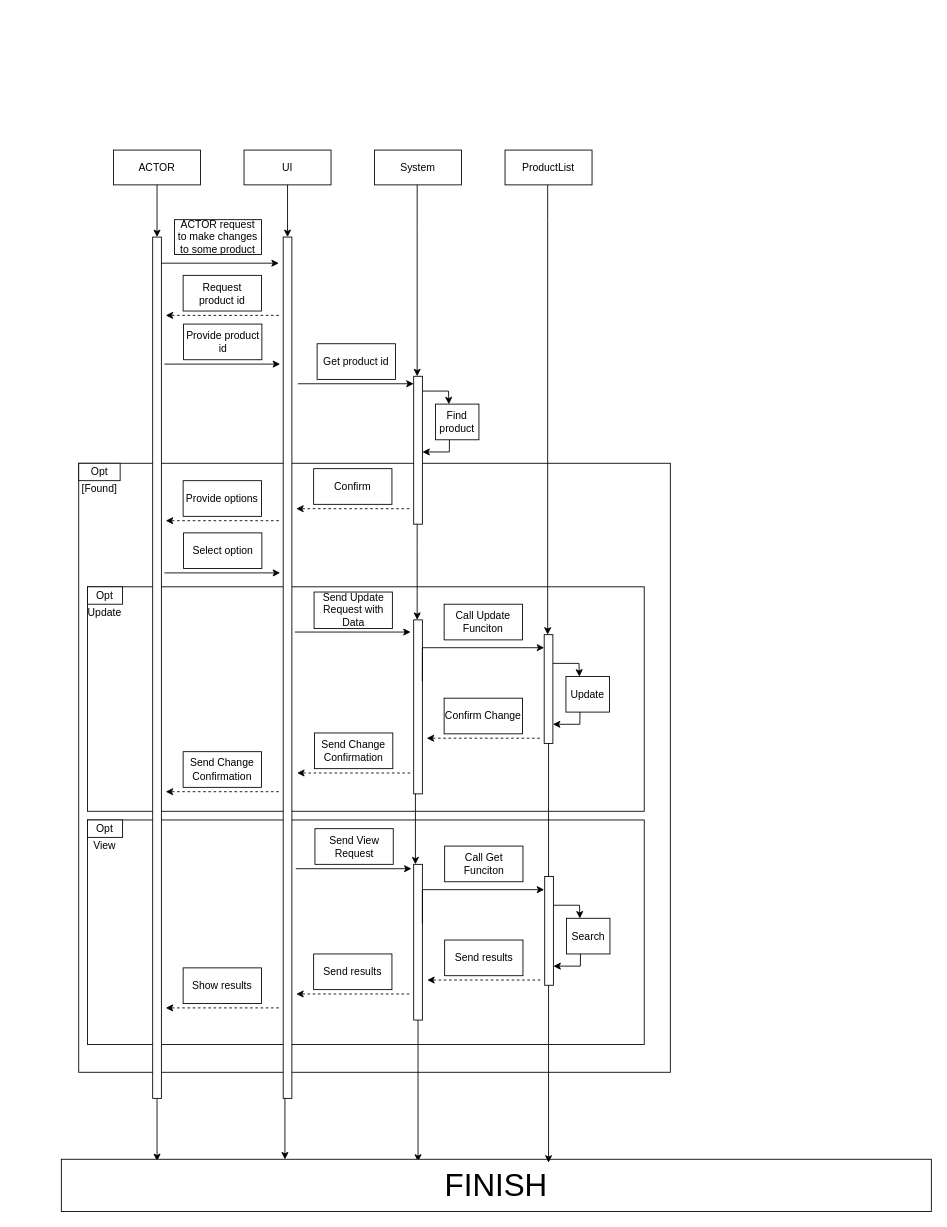
The draw.io diagram Project_1/SequenceDiagrams/Tracking Product.drawio in chrismd2/CSci-430-Group-11, before the edit. Source tidied: cells renumbered, new cells numbered last; positions are measured from the earlier drawing's top-left corner, leaving out a move shared by most shapes. Both pictures are drawn from the tidied source at 87%, with x=0, y=0 at pixel (61, 150).
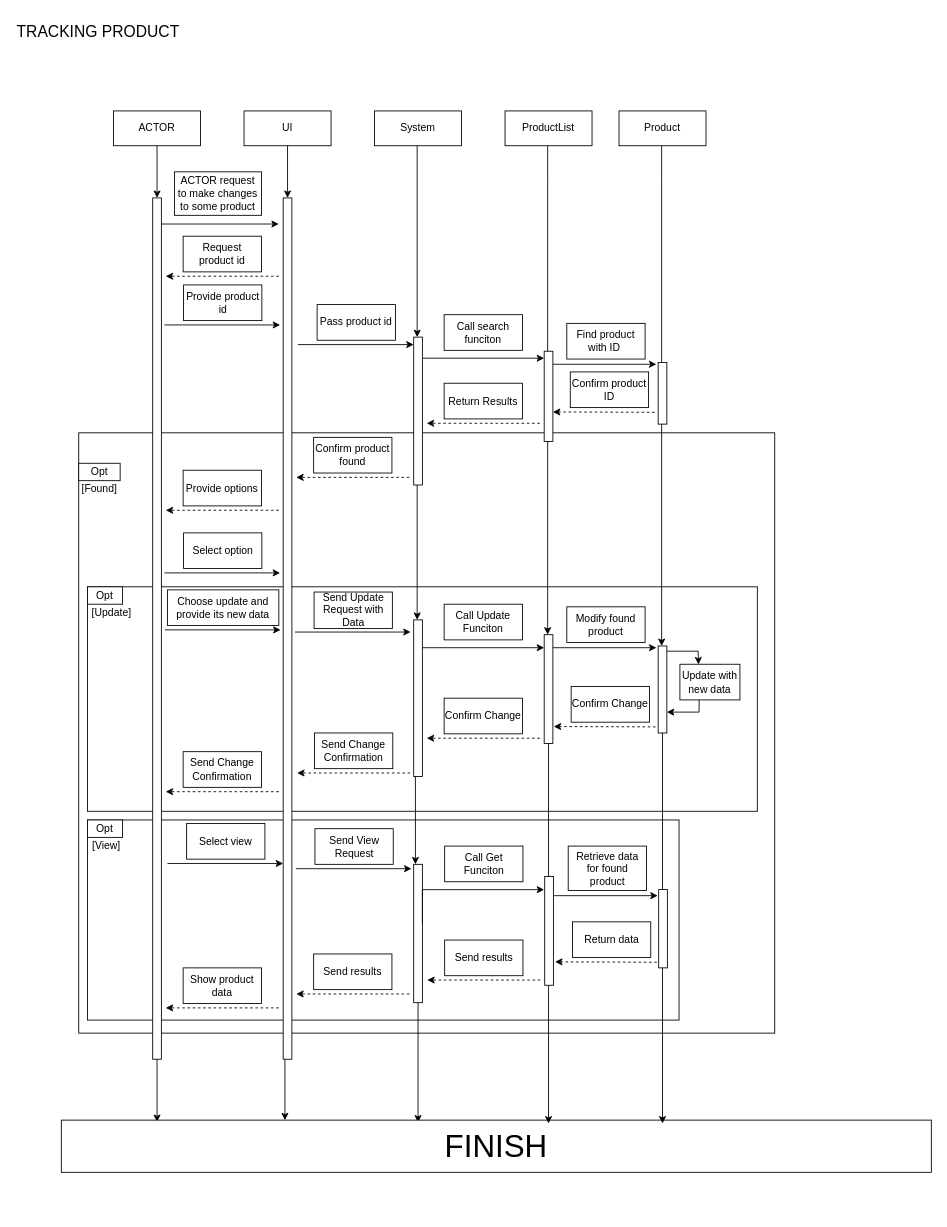
The same page after the edit.

Unchanged cells that the change refers to:
```xml
<mxCell id="49" style="rounded=0;whiteSpace=wrap;html=1;" parent="1" vertex="1">
  <mxGeometry x="555" y="557" width="10" height="125" as="geometry" />
</mxCell>
```

What changed in the source:
```diff
@@
     <mxCell id="2" style="rounded=0;whiteSpace=wrap;html=1;strokeColor=#000000;fillColor=#ffffff;" parent="1" vertex="1">
-      <mxGeometry x="20" y="360" width="680" height="700" as="geometry" />
+      <mxGeometry x="20" y="325" width="800" height="690" as="geometry" />
     </mxCell>
     <mxCell id="3" style="rounded=0;whiteSpace=wrap;html=1;strokeColor=#000000;fillColor=#ffffff;" parent="1" vertex="1">
-      <mxGeometry x="30" y="770" width="640" height="258" as="geometry" />
+      <mxGeometry x="30" y="770" width="680" height="230" as="geometry" />
     </mxCell>
     <mxCell id="4" style="rounded=0;whiteSpace=wrap;html=1;strokeColor=#000000;fillColor=#ffffff;" parent="1" vertex="1">
-      <mxGeometry x="30" y="502" width="640" height="258" as="geometry" />
+      <mxGeometry x="30" y="502" width="770" height="258" as="geometry" />
     </mxCell>
@@
     <mxCell id="7" style="endArrow=classic;html=1;dashed=1;" parent="1" edge="1">
       <mxGeometry relative="1" as="geometry">
-        <mxPoint x="400" y="412.2" as="sourcePoint" />
-        <mxPoint x="270" y="412.2" as="targetPoint" />
+        <mxPoint x="400" y="376.2" as="sourcePoint" />
+        <mxPoint x="270" y="376.2" as="targetPoint" />
       </mxGeometry>
     </mxCell>
-    <mxCell id="8" value="Confirm" style="rounded=0;whiteSpace=wrap;html=1;strokeColor=#000000;" parent="1" vertex="1">
-      <mxGeometry x="290" y="366.2" width="90" height="41" as="geometry" />
+    <mxCell id="8" value="Confirm product found" style="rounded=0;whiteSpace=wrap;html=1;strokeColor=#000000;" parent="1" vertex="1">
+      <mxGeometry x="290" y="330.2" width="90" height="41" as="geometry" />
     </mxCell>
     <mxCell id="9" style="endArrow=classic;html=1;dashed=1;" parent="1" edge="1">
       <mxGeometry relative="1" as="geometry">
-        <mxPoint x="250" y="426" as="sourcePoint" />
-        <mxPoint x="120" y="426" as="targetPoint" />
+        <mxPoint x="250" y="414" as="sourcePoint" />
+        <mxPoint x="120" y="414" as="targetPoint" />
       </mxGeometry>
     </mxCell>
     <mxCell id="10" value="Provide options" style="rounded=0;whiteSpace=wrap;html=1;strokeColor=#000000;" parent="1" vertex="1">
-      <mxGeometry x="140" y="380" width="90" height="41" as="geometry" />
+      <mxGeometry x="140" y="368" width="90" height="41" as="geometry" />
     </mxCell>
@@
     <mxCell id="14" value="&lt;div&gt;ACTOR&lt;/div&gt;" style="rounded=0;whiteSpace=wrap;html=1;" parent="1" vertex="1">
-      <mxGeometry x="60" width="100" height="40" as="geometry" />
+      <mxGeometry x="60" y="-45" width="100" height="40" as="geometry" />
     </mxCell>
     <mxCell id="15" style="edgeStyle=orthogonalEdgeStyle;rounded=0;jettySize=auto;html=1;exitX=0.5;exitY=1;exitDx=0;exitDy=0;entryX=0.257;entryY=0.003;entryDx=0;entryDy=0;entryPerimeter=0;" parent="1" edge="1" source="26" target="37">
       <mxGeometry relative="1" as="geometry">
         <Array as="points">
-          <mxPoint x="257" y="620" />
+          <mxPoint x="257" y="575" />
         </Array>
       </mxGeometry>
     </mxCell>
     <mxCell id="16" value="UI" style="rounded=0;whiteSpace=wrap;html=1;" parent="1" vertex="1">
-      <mxGeometry x="210" width="100" height="40" as="geometry" />
+      <mxGeometry x="210" y="-45" width="100" height="40" as="geometry" />
     </mxCell>
@@
     <mxCell id="18" value="&lt;div&gt;System&lt;/div&gt;" style="rounded=0;whiteSpace=wrap;html=1;" parent="1" vertex="1">
-      <mxGeometry x="360" width="100" height="40" as="geometry" />
+      <mxGeometry x="360" y="-45" width="100" height="40" as="geometry" />
     </mxCell>
@@
-    <mxCell id="21" style="edgeStyle=none;rounded=0;jettySize=auto;html=1;entryX=0.309;entryY=0.005;entryDx=0;entryDy=0;entryPerimeter=0;" parent="1" edge="1" target="36">
-      <mxGeometry relative="1" as="geometry">
-        <mxPoint x="415" y="277" as="sourcePoint" />
-        <Array as="points">
-          <mxPoint x="445" y="277" />
-        </Array>
-      </mxGeometry>
-    </mxCell>
     <mxCell id="22" style="rounded=0;whiteSpace=wrap;html=1;" parent="1" vertex="1">
-      <mxGeometry x="405" y="260" width="10" height="170" as="geometry" />
+      <mxGeometry x="405" y="215" width="10" height="170" as="geometry" />
     </mxCell>
     <mxCell id="23" style="edgeStyle=orthogonalEdgeStyle;rounded=0;jettySize=auto;html=1;" parent="1" edge="1" source="18" target="22">
       <mxGeometry relative="1" as="geometry">
         <Array as="points">
-          <mxPoint x="409" y="90" />
-          <mxPoint x="409" y="90" />
+          <mxPoint x="409" y="45" />
+          <mxPoint x="409" y="45" />
         </Array>
       </mxGeometry>
     </mxCell>
@@
     <mxCell id="25" style="rounded=0;whiteSpace=wrap;html=1;" parent="1" vertex="1">
-      <mxGeometry x="105" y="100" width="10" height="990" as="geometry" />
+      <mxGeometry x="105" y="55" width="10" height="990" as="geometry" />
     </mxCell>
     <mxCell id="26" style="rounded=0;whiteSpace=wrap;html=1;" parent="1" vertex="1">
-      <mxGeometry x="255" y="100" width="10" height="990" as="geometry" />
+      <mxGeometry x="255" y="55" width="10" height="990" as="geometry" />
     </mxCell>
     <mxCell id="27" style="endArrow=classic;html=1;" parent="1" edge="1">
       <mxGeometry relative="1" as="geometry">
-        <mxPoint x="115" y="130" as="sourcePoint" />
-        <mxPoint x="250" y="130" as="targetPoint" />
+        <mxPoint x="115" y="85" as="sourcePoint" />
+        <mxPoint x="250" y="85" as="targetPoint" />
       </mxGeometry>
     </mxCell>
     <mxCell id="28" value="Provide product id" style="rounded=0;whiteSpace=wrap;html=1;strokeColor=#000000;" parent="1" vertex="1">
-      <mxGeometry x="140.5" y="200" width="90" height="41" as="geometry" />
+      <mxGeometry x="140.5" y="155" width="90" height="41" as="geometry" />
     </mxCell>
     <mxCell id="29" style="endArrow=classic;html=1;" parent="1" edge="1">
       <mxGeometry relative="1" as="geometry">
-        <mxPoint x="118.5" y="246" as="sourcePoint" />
-        <mxPoint x="251.5" y="246" as="targetPoint" />
+        <mxPoint x="118.5" y="201" as="sourcePoint" />
+        <mxPoint x="251.5" y="201" as="targetPoint" />
       </mxGeometry>
     </mxCell>
     <mxCell id="30" value="ACTOR request to make changes to some product" style="rounded=0;whiteSpace=wrap;html=1;strokeColor=#000000;" parent="1" vertex="1">
-      <mxGeometry x="130" y="80" width="100" height="40" as="geometry" />
+      <mxGeometry x="130" y="25" width="100" height="50" as="geometry" />
     </mxCell>
     <mxCell id="31" value="&lt;div&gt;ProductList&lt;/div&gt;" style="rounded=0;whiteSpace=wrap;html=1;" parent="1" vertex="1">
-      <mxGeometry x="510" width="100" height="40" as="geometry" />
+      <mxGeometry x="510" y="-45" width="100" height="40" as="geometry" />
     </mxCell>
     <mxCell id="32" style="edgeStyle=orthogonalEdgeStyle;rounded=0;jettySize=auto;html=1;" parent="1" edge="1" source="31" target="49">
       <mxGeometry relative="1" as="geometry">
         <Array as="points">
-          <mxPoint x="559" y="80" />
-          <mxPoint x="559" y="80" />
+          <mxPoint x="559" y="35" />
+          <mxPoint x="559" y="35" />
         </Array>
       </mxGeometry>
     </mxCell>
     <mxCell id="33" style="endArrow=classic;html=1;dashed=1;" parent="1" edge="1">
       <mxGeometry relative="1" as="geometry">
-        <mxPoint x="250" y="190" as="sourcePoint" />
-        <mxPoint x="120" y="190" as="targetPoint" />
+        <mxPoint x="250" y="145" as="sourcePoint" />
+        <mxPoint x="120" y="145" as="targetPoint" />
       </mxGeometry>
     </mxCell>
     <mxCell id="34" value="Request product id" style="rounded=0;whiteSpace=wrap;html=1;strokeColor=#000000;" parent="1" vertex="1">
-      <mxGeometry x="140" y="144" width="90" height="41" as="geometry" />
+      <mxGeometry x="140" y="99" width="90" height="41" as="geometry" />
     </mxCell>
-    <mxCell id="35" style="edgeStyle=none;rounded=0;jettySize=auto;html=1;exitX=0.322;exitY=0.965;exitDx=0;exitDy=0;exitPerimeter=0;" parent="1" edge="1" source="36">
-      <mxGeometry relative="1" as="geometry">
-        <mxPoint x="415" y="347" as="targetPoint" />
-        <Array as="points">
-          <mxPoint x="446" y="347" />
-        </Array>
-      </mxGeometry>
-    </mxCell>
-    <mxCell id="36" value="Find product" style="rounded=0;whiteSpace=wrap;html=1;strokeColor=#000000;" parent="1" vertex="1">
-      <mxGeometry x="430" y="292" width="50" height="41" as="geometry" />
-    </mxCell>
     <mxCell id="37" value="&lt;font style=&quot;font-size: 36px&quot;&gt;FINISH&lt;/font&gt;" style="rounded=0;whiteSpace=wrap;html=1;fillColor=#ffffff;strokeColor=#000000;" parent="1" vertex="1">
-      <mxGeometry y="1160" width="1000" height="60" as="geometry" />
+      <mxGeometry y="1115" width="1000" height="60" as="geometry" />
     </mxCell>
-    <mxCell id="38" value="Get product id" style="rounded=0;whiteSpace=wrap;html=1;strokeColor=#000000;" parent="1" vertex="1">
-      <mxGeometry x="294" y="222.6" width="90" height="41" as="geometry" />
+    <mxCell id="38" value="Pass product id" style="rounded=0;whiteSpace=wrap;html=1;strokeColor=#000000;" parent="1" vertex="1">
+      <mxGeometry x="294" y="177.6" width="90" height="41" as="geometry" />
     </mxCell>
     <mxCell id="39" style="endArrow=classic;html=1;" parent="1" edge="1">
       <mxGeometry relative="1" as="geometry">
-        <mxPoint x="272" y="268.6" as="sourcePoint" />
-        <mxPoint x="405" y="268.6" as="targetPoint" />
+        <mxPoint x="272" y="223.6" as="sourcePoint" />
+        <mxPoint x="405" y="223.6" as="targetPoint" />
       </mxGeometry>
     </mxCell>
     <mxCell id="40" style="rounded=0;whiteSpace=wrap;html=1;" parent="1" vertex="1">
-      <mxGeometry x="405" y="540" width="10" height="200" as="geometry" />
+      <mxGeometry x="405" y="540" width="10" height="180" as="geometry" />
     </mxCell>
-    <mxCell id="41" style="edgeStyle=orthogonalEdgeStyle;rounded=0;jettySize=auto;html=1;" parent="1" edge="1" source="22">
+    <mxCell id="41" style="edgeStyle=orthogonalEdgeStyle;rounded=0;orthogonalLoop=1;jettySize=auto;html=1;" parent="1" edge="1">
       <mxGeometry relative="1" as="geometry">
+        <mxPoint x="409" y="385" as="sourcePoint" />
         <mxPoint x="409" y="540" as="targetPoint" />
         <Array as="points">
-          <mxPoint x="409" y="460" />
           <mxPoint x="409" y="460" />
         </Array>
       </mxGeometry>
     </mxCell>
@@
-    <mxCell id="44" style="edgeStyle=orthogonalEdgeStyle;rounded=0;jettySize=auto;html=1;exitX=0.995;exitY=0.352;exitDx=0;exitDy=0;exitPerimeter=0;" parent="1" edge="1" source="40">
+    <mxCell id="44" style="edgeStyle=orthogonalEdgeStyle;rounded=0;orthogonalLoop=1;jettySize=auto;html=1;" parent="1" edge="1">
       <mxGeometry relative="1" as="geometry">
+        <mxPoint x="415" y="572" as="sourcePoint" />
         <mxPoint x="555" y="572" as="targetPoint" />
         <Array as="points">
           <mxPoint x="415" y="572" />
         </Array>
       </mxGeometry>
     </mxCell>
@@
-    <mxCell id="48" value="Update" style="text;html=1;strokeColor=none;fillColor=none;align=center;verticalAlign=middle;whiteSpace=wrap;rounded=0;" parent="1" vertex="1">
-      <mxGeometry x="34" y="522" width="32.3" height="20" as="geometry" />
+    <mxCell id="48" value="[Update]" style="text;html=1;strokeColor=none;fillColor=none;align=center;verticalAlign=middle;whiteSpace=wrap;rounded=0;" parent="1" vertex="1">
+      <mxGeometry x="30" y="522" width="56" height="20" as="geometry" />
     </mxCell>
@@
-    <mxCell id="51" style="edgeStyle=none;rounded=0;jettySize=auto;html=1;exitX=0.322;exitY=0.965;exitDx=0;exitDy=0;exitPerimeter=0;" parent="1" edge="1" source="53">
-      <mxGeometry relative="1" as="geometry">
-        <mxPoint x="565" y="660" as="targetPoint" />
-        <Array as="points">
-          <mxPoint x="596" y="660" />
-        </Array>
-      </mxGeometry>
-    </mxCell>
-    <mxCell id="52" style="edgeStyle=none;rounded=0;jettySize=auto;html=1;entryX=0.309;entryY=0.005;entryDx=0;entryDy=0;entryPerimeter=0;" parent="1" edge="1" target="53">
-      <mxGeometry relative="1" as="geometry">
-        <mxPoint x="565" y="590" as="sourcePoint" />
-        <Array as="points">
-          <mxPoint x="595" y="590" />
-        </Array>
-      </mxGeometry>
-    </mxCell>
-    <mxCell id="53" value="Update" style="rounded=0;whiteSpace=wrap;html=1;strokeColor=#000000;" parent="1" vertex="1">
-      <mxGeometry x="580" y="605" width="50" height="41" as="geometry" />
-    </mxCell>
@@
     <mxCell id="60" style="rounded=0;whiteSpace=wrap;html=1;" parent="1" vertex="1">
-      <mxGeometry x="405" y="821" width="10" height="179" as="geometry" />
+      <mxGeometry x="405" y="821" width="10" height="159" as="geometry" />
     </mxCell>
@@
-    <mxCell id="64" value="View" style="text;html=1;strokeColor=none;fillColor=none;align=center;verticalAlign=middle;whiteSpace=wrap;rounded=0;" parent="1" vertex="1">
-      <mxGeometry x="34" y="790" width="32.3" height="20" as="geometry" />
+    <mxCell id="64" value="[View]" style="text;html=1;strokeColor=none;fillColor=none;align=center;verticalAlign=middle;whiteSpace=wrap;rounded=0;" parent="1" vertex="1">
+      <mxGeometry x="34" y="790" width="36" height="20" as="geometry" />
     </mxCell>
@@
-    <mxCell id="67" style="edgeStyle=none;rounded=0;jettySize=auto;html=1;exitX=0.322;exitY=0.965;exitDx=0;exitDy=0;exitPerimeter=0;" parent="1" edge="1" source="69">
-      <mxGeometry relative="1" as="geometry">
-        <mxPoint x="565.6" y="938" as="targetPoint" />
-        <Array as="points">
-          <mxPoint x="596.6" y="938" />
-        </Array>
-      </mxGeometry>
-    </mxCell>
-    <mxCell id="68" style="edgeStyle=none;rounded=0;jettySize=auto;html=1;entryX=0.309;entryY=0.005;entryDx=0;entryDy=0;entryPerimeter=0;" parent="1" edge="1" target="69">
-      <mxGeometry relative="1" as="geometry">
-        <mxPoint x="565.6" y="868" as="sourcePoint" />
-        <Array as="points">
-          <mxPoint x="595.6" y="868" />
-        </Array>
-      </mxGeometry>
-    </mxCell>
-    <mxCell id="69" value="Search" style="rounded=0;whiteSpace=wrap;html=1;strokeColor=#000000;" parent="1" vertex="1">
-      <mxGeometry x="580.6" y="883" width="50" height="41" as="geometry" />
-    </mxCell>
@@
-    <mxCell id="76" value="Show results" style="rounded=0;whiteSpace=wrap;html=1;strokeColor=#000000;" parent="1" vertex="1">
+    <mxCell id="76" value="Show product data" style="rounded=0;whiteSpace=wrap;html=1;strokeColor=#000000;" parent="1" vertex="1">
       <mxGeometry x="140" y="940" width="90" height="41" as="geometry" />
     </mxCell>
+    <mxCell id="77" value="Select view" style="rounded=0;whiteSpace=wrap;html=1;strokeColor=#000000;" parent="1" vertex="1">
+      <mxGeometry x="144" y="774" width="90" height="41" as="geometry" />
+    </mxCell>
+    <mxCell id="78" style="endArrow=classic;html=1;" parent="1" edge="1">
+      <mxGeometry relative="1" as="geometry">
+        <mxPoint x="122" y="820" as="sourcePoint" />
+        <mxPoint x="255" y="820" as="targetPoint" />
+      </mxGeometry>
+    </mxCell>
+    <mxCell id="79" value="Choose update and provide its new data" style="rounded=0;whiteSpace=wrap;html=1;strokeColor=#000000;" parent="1" vertex="1">
+      <mxGeometry x="122" y="505.5" width="128" height="41" as="geometry" />
+    </mxCell>
+    <mxCell id="80" style="endArrow=classic;html=1;" parent="1" edge="1">
+      <mxGeometry relative="1" as="geometry">
+        <mxPoint x="119" y="551.5" as="sourcePoint" />
+        <mxPoint x="252" y="551.5" as="targetPoint" />
+      </mxGeometry>
+    </mxCell>
+    <mxCell id="81" value="&lt;div&gt;Product&lt;/div&gt;" style="rounded=0;whiteSpace=wrap;html=1;" parent="1" vertex="1">
+      <mxGeometry x="641" y="-45" width="100" height="40" as="geometry" />
+    </mxCell>
+    <mxCell id="82" style="edgeStyle=orthogonalEdgeStyle;rounded=0;jettySize=auto;html=1;" parent="1" edge="1" source="81" target="83">
+      <mxGeometry relative="1" as="geometry">
+        <Array as="points">
+          <mxPoint x="690" y="35" />
+          <mxPoint x="690" y="35" />
+        </Array>
+      </mxGeometry>
+    </mxCell>
+    <mxCell id="83" style="rounded=0;whiteSpace=wrap;html=1;" parent="1" vertex="1">
+      <mxGeometry x="686" y="570" width="10" height="100" as="geometry" />
+    </mxCell>
+    <mxCell id="84" style="edgeStyle=none;rounded=0;jettySize=auto;html=1;exitX=0.322;exitY=0.965;exitDx=0;exitDy=0;exitPerimeter=0;" parent="1" edge="1" source="86">
+      <mxGeometry relative="1" as="geometry">
+        <mxPoint x="696" y="646" as="targetPoint" />
+        <Array as="points">
+          <mxPoint x="733" y="646" />
+        </Array>
+      </mxGeometry>
+    </mxCell>
+    <mxCell id="85" style="edgeStyle=none;rounded=0;jettySize=auto;html=1;entryX=0.309;entryY=0.005;entryDx=0;entryDy=0;entryPerimeter=0;" parent="1" edge="1" target="86">
+      <mxGeometry relative="1" as="geometry">
+        <mxPoint x="696" y="576" as="sourcePoint" />
+        <Array as="points">
+          <mxPoint x="732" y="576" />
+        </Array>
+      </mxGeometry>
+    </mxCell>
+    <mxCell id="86" value="Update with new data" style="rounded=0;whiteSpace=wrap;html=1;strokeColor=#000000;" parent="1" vertex="1">
+      <mxGeometry x="711" y="591" width="69" height="41" as="geometry" />
+    </mxCell>
+    <mxCell id="87" style="edgeStyle=orthogonalEdgeStyle;rounded=0;jettySize=auto;html=1;entryX=0.56;entryY=0.065;entryDx=0;entryDy=0;entryPerimeter=0;" parent="1" edge="1" source="83">
+      <mxGeometry relative="1" as="geometry">
+        <mxPoint x="691" y="1118.9" as="targetPoint" />
+      </mxGeometry>
+    </mxCell>
+    <mxCell id="88" style="rounded=0;whiteSpace=wrap;html=1;" parent="1" vertex="1">
+      <mxGeometry x="686.6" y="850" width="10" height="90" as="geometry" />
+    </mxCell>
+    <mxCell id="89" style="edgeStyle=orthogonalEdgeStyle;rounded=0;orthogonalLoop=1;jettySize=auto;html=1;" parent="1" edge="1">
+      <mxGeometry relative="1" as="geometry">
+        <mxPoint x="565" y="572" as="sourcePoint" />
+        <mxPoint x="684" y="572" as="targetPoint" />
+        <Array as="points">
+          <mxPoint x="565" y="572" />
+        </Array>
+      </mxGeometry>
+    </mxCell>
+    <mxCell id="90" value="Modify found product" style="rounded=0;whiteSpace=wrap;html=1;strokeColor=#000000;" parent="1" vertex="1">
+      <mxGeometry x="581" y="525" width="90" height="41" as="geometry" />
+    </mxCell>
+    <mxCell id="91" style="endArrow=classic;html=1;dashed=1;" parent="1" edge="1">
+      <mxGeometry relative="1" as="geometry">
+        <mxPoint x="683" y="663" as="sourcePoint" />
+        <mxPoint x="566" y="662.6" as="targetPoint" />
+      </mxGeometry>
+    </mxCell>
+    <mxCell id="92" value="Confirm Change" style="rounded=0;whiteSpace=wrap;html=1;strokeColor=#000000;" parent="1" vertex="1">
+      <mxGeometry x="586" y="616.6" width="90" height="41" as="geometry" />
+    </mxCell>
+    <mxCell id="93" style="edgeStyle=orthogonalEdgeStyle;rounded=0;orthogonalLoop=1;jettySize=auto;html=1;" parent="1" edge="1">
+      <mxGeometry relative="1" as="geometry">
+        <mxPoint x="566.5" y="857" as="sourcePoint" />
+        <mxPoint x="685.5" y="857" as="targetPoint" />
+        <Array as="points">
+          <mxPoint x="566.5" y="857" />
+        </Array>
+      </mxGeometry>
+    </mxCell>
+    <mxCell id="94" value="Retrieve data for found product" style="rounded=0;whiteSpace=wrap;html=1;strokeColor=#000000;" parent="1" vertex="1">
+      <mxGeometry x="582.6" y="800" width="90" height="51" as="geometry" />
+    </mxCell>
+    <mxCell id="95" style="endArrow=classic;html=1;dashed=1;" parent="1" edge="1">
+      <mxGeometry relative="1" as="geometry">
+        <mxPoint x="684.5" y="933.5" as="sourcePoint" />
+        <mxPoint x="567.5" y="933.1" as="targetPoint" />
+      </mxGeometry>
+    </mxCell>
+    <mxCell id="96" value="Return data" style="rounded=0;whiteSpace=wrap;html=1;strokeColor=#000000;" parent="1" vertex="1">
+      <mxGeometry x="587.5" y="887.1" width="90" height="41" as="geometry" />
+    </mxCell>
+    <mxCell id="97" style="rounded=0;whiteSpace=wrap;html=1;" parent="1" vertex="1">
+      <mxGeometry x="555" y="231.2" width="10" height="103.8" as="geometry" />
+    </mxCell>
+    <mxCell id="98" style="rounded=0;whiteSpace=wrap;html=1;" parent="1" vertex="1">
+      <mxGeometry x="686" y="244.2" width="10" height="70.8" as="geometry" />
+    </mxCell>
+    <mxCell id="99" style="edgeStyle=orthogonalEdgeStyle;rounded=0;orthogonalLoop=1;jettySize=auto;html=1;" parent="1" edge="1">
+      <mxGeometry relative="1" as="geometry">
+        <mxPoint x="565" y="246.2" as="sourcePoint" />
+        <mxPoint x="684" y="246.2" as="targetPoint" />
+        <Array as="points">
+          <mxPoint x="565" y="246.2" />
+        </Array>
+      </mxGeometry>
+    </mxCell>
+    <mxCell id="100" value="Find product with ID&amp;nbsp;" style="rounded=0;whiteSpace=wrap;html=1;strokeColor=#000000;" parent="1" vertex="1">
+      <mxGeometry x="581" y="199.2" width="90" height="41" as="geometry" />
+    </mxCell>
+    <mxCell id="101" style="edgeStyle=orthogonalEdgeStyle;rounded=0;orthogonalLoop=1;jettySize=auto;html=1;" parent="1" edge="1">
+      <mxGeometry relative="1" as="geometry">
+        <mxPoint x="415" y="239.2" as="sourcePoint" />
+        <mxPoint x="555" y="239.2" as="targetPoint" />
+        <Array as="points">
+          <mxPoint x="415" y="239.2" />
+        </Array>
+      </mxGeometry>
+    </mxCell>
+    <mxCell id="102" value="Call search funciton" style="rounded=0;whiteSpace=wrap;html=1;strokeColor=#000000;" parent="1" vertex="1">
+      <mxGeometry x="440" y="189.2" width="90" height="41" as="geometry" />
+    </mxCell>
+    <mxCell id="103" style="endArrow=classic;html=1;dashed=1;" parent="1" edge="1">
+      <mxGeometry relative="1" as="geometry">
+        <mxPoint x="682" y="301.4" as="sourcePoint" />
+        <mxPoint x="565" y="301" as="targetPoint" />
+      </mxGeometry>
+    </mxCell>
+    <mxCell id="104" value="Confirm product ID" style="rounded=0;whiteSpace=wrap;html=1;strokeColor=#000000;" parent="1" vertex="1">
+      <mxGeometry x="585" y="255" width="90" height="41" as="geometry" />
+    </mxCell>
+    <mxCell id="105" style="endArrow=classic;html=1;dashed=1;" parent="1" edge="1">
+      <mxGeometry relative="1" as="geometry">
+        <mxPoint x="550" y="314" as="sourcePoint" />
+        <mxPoint x="420" y="314" as="targetPoint" />
+      </mxGeometry>
+    </mxCell>
+    <mxCell id="106" value="Return Results" style="rounded=0;whiteSpace=wrap;html=1;strokeColor=#000000;" parent="1" vertex="1">
+      <mxGeometry x="440" y="268" width="90" height="41" as="geometry" />
+    </mxCell>
+    <mxCell id="107" value="&lt;div&gt;&lt;font style=&quot;font-size: 18px&quot;&gt;TRACKING PRODUCT&lt;/font&gt;&lt;/div&gt;" style="rounded=0;whiteSpace=wrap;html=1;strokeColor=none;align=left;" parent="1" vertex="1">
+      <mxGeometry x="-53.3" y="-155" width="270" height="40" as="geometry" />
+    </mxCell>
```
